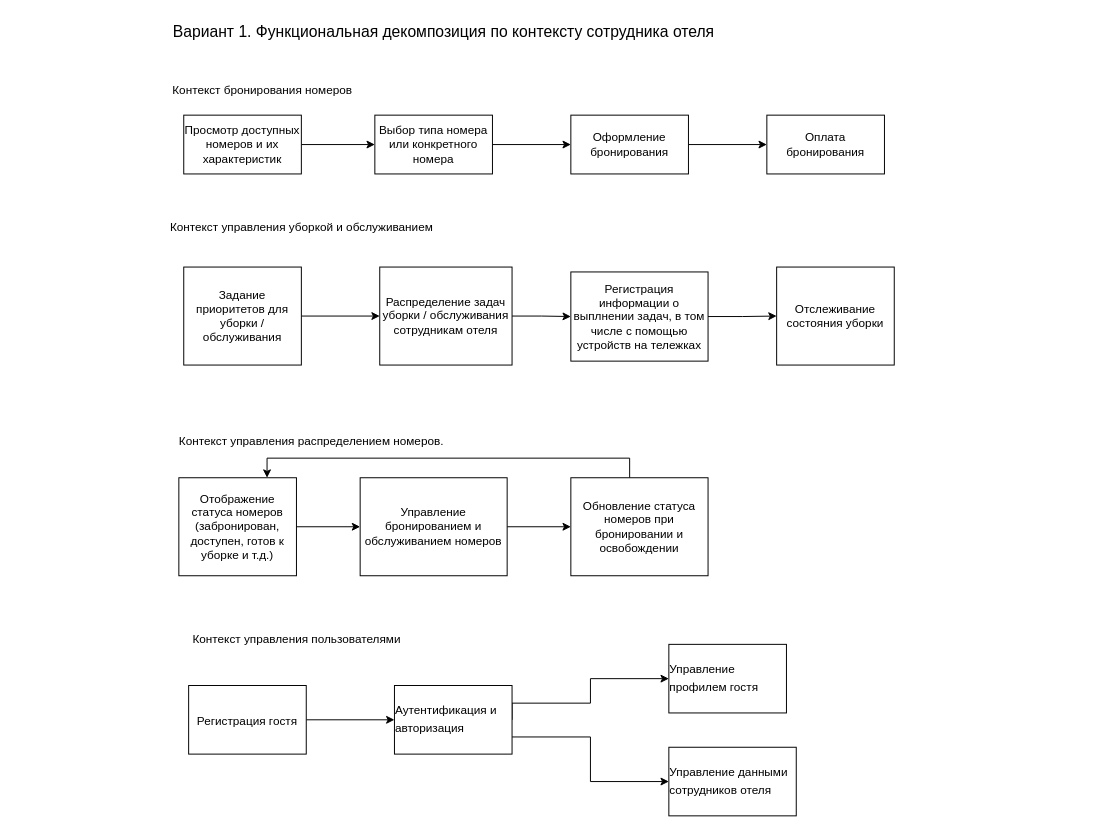
Above: 11_2 Functional decomposition Stuff.drawio in samsonovsa/OtusArhitectureHW1 (draw.io), before the change. Source tidied: cells renumbered, new cells numbered last; positions are measured from the earlier drawing's top-left corner, leaving out a move shared by most shapes. Both pictures are drawn from the tidied source at 98%, with x=0, y=0 at pixel (159, 17).
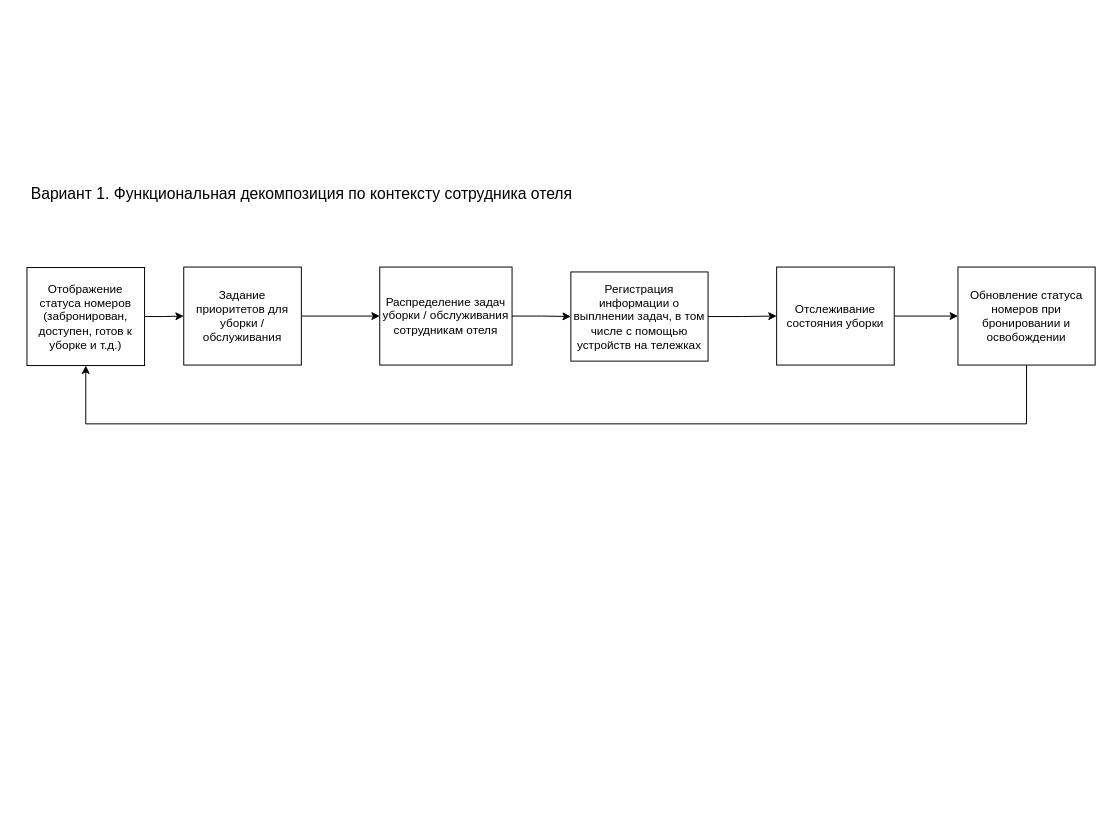
Above is the later version.

Unchanged cells that the change refers to:
```xml
<mxCell id="20" value="Задание приоритетов для уборки / обслуживания" style="whiteSpace=wrap;html=1;" parent="1" vertex="1">
  <mxGeometry x="25" y="255" width="120" height="100" as="geometry" />
</mxCell>
<mxCell id="25" value="Отслеживание состояния уборки" style="whiteSpace=wrap;html=1;" parent="1" vertex="1">
  <mxGeometry x="630" y="255" width="120" height="100" as="geometry" />
</mxCell>
```

The edit, as a diff of the source:
```diff
@@
-    <mxCell id="2" value="Контекст управления пользователями" style="text;html=1;align=center;verticalAlign=middle;strokeColor=none;fillColor=none;" parent="1" vertex="1">
-      <mxGeometry x="20" y="620" width="240" height="30" as="geometry" />
-    </mxCell>
-    <mxCell id="3" style="edgeStyle=orthogonalEdgeStyle;rounded=0;jettySize=auto;html=1;exitX=1;exitY=0.5;exitDx=0;exitDy=0;entryX=0;entryY=0.5;entryDx=0;entryDy=0;" parent="1" edge="1" source="4" target="7">
-      <mxGeometry relative="1" as="geometry" />
-    </mxCell>
-    <mxCell id="4" value="&lt;div style=&quot;text-align: left;&quot;&gt;Регистрация гостя&lt;font face=&quot;Söhne, ui-sans-serif, system-ui, -apple-system, Segoe UI, Roboto, Ubuntu, Cantarell, Noto Sans, sans-serif, Helvetica Neue, Arial, Apple Color Emoji, Segoe UI Emoji, Segoe UI Symbol, Noto Color Emoji&quot; color=&quot;#374151&quot;&gt;&lt;span style=&quot;font-size: 16px;&quot;&gt;&lt;br&gt;&lt;/span&gt;&lt;/font&gt;&lt;/div&gt;" style="whiteSpace=wrap;html=1;" parent="1" vertex="1">
-      <mxGeometry x="30" y="682" width="120" height="70" as="geometry" />
-    </mxCell>
-    <mxCell id="5" style="edgeStyle=orthogonalEdgeStyle;rounded=0;jettySize=auto;html=1;entryX=0;entryY=0.5;entryDx=0;entryDy=0;exitX=1;exitY=0.5;exitDx=0;exitDy=0;" parent="1" edge="1" source="7" target="8">
-      <mxGeometry relative="1" as="geometry">
-        <Array as="points">
-          <mxPoint x="360" y="700" />
-          <mxPoint x="440" y="700" />
-          <mxPoint x="440" y="675" />
-        </Array>
-      </mxGeometry>
-    </mxCell>
-    <mxCell id="6" style="edgeStyle=orthogonalEdgeStyle;rounded=0;jettySize=auto;html=1;exitX=1;exitY=0.75;exitDx=0;exitDy=0;entryX=0;entryY=0.5;entryDx=0;entryDy=0;" parent="1" edge="1" source="7" target="9">
-      <mxGeometry relative="1" as="geometry" />
-    </mxCell>
-    <mxCell id="7" value="&lt;div style=&quot;text-align: left;&quot;&gt;Аутентификация и авторизация&lt;font face=&quot;Söhne, ui-sans-serif, system-ui, -apple-system, Segoe UI, Roboto, Ubuntu, Cantarell, Noto Sans, sans-serif, Helvetica Neue, Arial, Apple Color Emoji, Segoe UI Emoji, Segoe UI Symbol, Noto Color Emoji&quot; color=&quot;#374151&quot;&gt;&lt;span style=&quot;font-size: 16px;&quot;&gt;&lt;br&gt;&lt;/span&gt;&lt;/font&gt;&lt;/div&gt;" style="whiteSpace=wrap;html=1;" parent="1" vertex="1">
-      <mxGeometry x="240" y="682" width="120" height="70" as="geometry" />
-    </mxCell>
-    <mxCell id="8" value="&lt;div style=&quot;text-align: left;&quot;&gt;Управление профилем гостя&lt;font face=&quot;Söhne, ui-sans-serif, system-ui, -apple-system, Segoe UI, Roboto, Ubuntu, Cantarell, Noto Sans, sans-serif, Helvetica Neue, Arial, Apple Color Emoji, Segoe UI Emoji, Segoe UI Symbol, Noto Color Emoji&quot; color=&quot;#374151&quot;&gt;&lt;span style=&quot;font-size: 16px;&quot;&gt;&lt;br&gt;&lt;/span&gt;&lt;/font&gt;&lt;/div&gt;" style="whiteSpace=wrap;html=1;" parent="1" vertex="1">
-      <mxGeometry x="520" y="640" width="120" height="70" as="geometry" />
-    </mxCell>
-    <mxCell id="9" value="&lt;div style=&quot;text-align: left;&quot;&gt;Управление данными сотрудников отеля&lt;font face=&quot;Söhne, ui-sans-serif, system-ui, -apple-system, Segoe UI, Roboto, Ubuntu, Cantarell, Noto Sans, sans-serif, Helvetica Neue, Arial, Apple Color Emoji, Segoe UI Emoji, Segoe UI Symbol, Noto Color Emoji&quot; color=&quot;#374151&quot;&gt;&lt;span style=&quot;font-size: 16px;&quot;&gt;&lt;br&gt;&lt;/span&gt;&lt;/font&gt;&lt;/div&gt;" style="whiteSpace=wrap;html=1;" parent="1" vertex="1">
-      <mxGeometry x="520" y="745" width="130" height="70" as="geometry" />
-    </mxCell>
-    <mxCell id="10" value="Контекст бронирования номеров" style="text;html=1;align=center;verticalAlign=middle;strokeColor=none;fillColor=none;" parent="1" vertex="1">
-      <mxGeometry y="60" width="210" height="30" as="geometry" />
-    </mxCell>
-    <mxCell id="11" style="edgeStyle=orthogonalEdgeStyle;rounded=0;jettySize=auto;html=1;entryX=0;entryY=0.5;entryDx=0;entryDy=0;" parent="1" edge="1" source="12" target="14">
-      <mxGeometry relative="1" as="geometry" />
-    </mxCell>
-    <mxCell id="12" value="Просмотр доступных номеров и их характеристик" style="whiteSpace=wrap;html=1;" parent="1" vertex="1">
-      <mxGeometry x="25" y="100" width="120" height="60" as="geometry" />
-    </mxCell>
-    <mxCell id="13" style="edgeStyle=orthogonalEdgeStyle;rounded=0;jettySize=auto;html=1;exitX=1;exitY=0.5;exitDx=0;exitDy=0;entryX=0;entryY=0.5;entryDx=0;entryDy=0;" parent="1" edge="1" source="14" target="16">
-      <mxGeometry relative="1" as="geometry" />
-    </mxCell>
-    <mxCell id="14" value="Выбор типа номера или конкретного номера" style="whiteSpace=wrap;html=1;" parent="1" vertex="1">
-      <mxGeometry x="220" y="100" width="120" height="60" as="geometry" />
-    </mxCell>
-    <mxCell id="15" style="edgeStyle=orthogonalEdgeStyle;rounded=0;jettySize=auto;html=1;" parent="1" edge="1" source="16" target="17">
-      <mxGeometry relative="1" as="geometry" />
-    </mxCell>
-    <mxCell id="16" value="Оформление бронирования" style="whiteSpace=wrap;html=1;" parent="1" vertex="1">
-      <mxGeometry x="420" y="100" width="120" height="60" as="geometry" />
-    </mxCell>
-    <mxCell id="17" value="Оплата бронирования" style="whiteSpace=wrap;html=1;" parent="1" vertex="1">
-      <mxGeometry x="620" y="100" width="120" height="60" as="geometry" />
-    </mxCell>
-    <mxCell id="18" value="Контекст управления уборкой и обслуживанием" style="text;html=1;align=center;verticalAlign=middle;strokeColor=none;fillColor=none;" parent="1" vertex="1">
-      <mxGeometry y="200" width="290" height="30" as="geometry" />
-    </mxCell>
@@
+    <mxCell id="34" style="edgeStyle=orthogonalEdgeStyle;rounded=0;jettySize=auto;html=1;" parent="1" edge="1" source="25" target="31">
+      <mxGeometry relative="1" as="geometry" />
+    </mxCell>
@@
     <mxCell id="26" value="Вариант 1. Функциональная декомпозиция по контексту сотрудника отеля" style="text;html=1;align=center;verticalAlign=middle;strokeColor=none;fillColor=none;fontSize=16;" parent="1" vertex="1">
-      <mxGeometry width="580" height="30" as="geometry" />
+      <mxGeometry x="-145" y="165" width="580" height="30" as="geometry" />
     </mxCell>
-    <mxCell id="27" value="Контекст управления распределением номеров." style="text;html=1;align=center;verticalAlign=middle;strokeColor=none;fillColor=none;" parent="1" vertex="1">
-      <mxGeometry x="10" y="418" width="290" height="30" as="geometry" />
-    </mxCell>
-    <mxCell id="28" style="edgeStyle=orthogonalEdgeStyle;rounded=0;jettySize=auto;html=1;exitX=1;exitY=0.5;exitDx=0;exitDy=0;entryX=0;entryY=0.5;entryDx=0;entryDy=0;" parent="1" edge="1" source="29" target="33">
-      <mxGeometry relative="1" as="geometry" />
-    </mxCell>
+    <mxCell id="35" style="edgeStyle=orthogonalEdgeStyle;rounded=0;jettySize=auto;html=1;" parent="1" edge="1" source="29" target="20">
+      <mxGeometry relative="1" as="geometry" />
+    </mxCell>
     <mxCell id="29" value="Отображение статуса номеров (забронирован, доступен, готов к уборке и т.д.)" style="whiteSpace=wrap;html=1;" parent="1" vertex="1">
-      <mxGeometry x="20" y="470" width="120" height="100" as="geometry" />
+      <mxGeometry x="-135" y="255.5" width="120" height="100" as="geometry" />
     </mxCell>
-    <mxCell id="30" style="edgeStyle=orthogonalEdgeStyle;rounded=0;jettySize=auto;html=1;entryX=0.75;entryY=0;entryDx=0;entryDy=0;" parent="1" edge="1" source="31" target="29">
+    <mxCell id="30" style="edgeStyle=orthogonalEdgeStyle;rounded=0;jettySize=auto;html=1;entryX=0.5;entryY=1;entryDx=0;entryDy=0;" parent="1" edge="1" source="31" target="29">
       <mxGeometry relative="1" as="geometry">
         <Array as="points">
-          <mxPoint x="480" y="450" />
-          <mxPoint x="110" y="450" />
+          <mxPoint x="885" y="415" />
+          <mxPoint x="-75" y="415" />
         </Array>
       </mxGeometry>
     </mxCell>
     <mxCell id="31" value="Обновление статуса номеров при бронировании и освобождении" style="whiteSpace=wrap;html=1;" parent="1" vertex="1">
-      <mxGeometry x="420" y="470" width="140" height="100" as="geometry" />
+      <mxGeometry x="815" y="255" width="140" height="100" as="geometry" />
     </mxCell>
-    <mxCell id="32" style="edgeStyle=orthogonalEdgeStyle;rounded=0;jettySize=auto;html=1;exitX=1;exitY=0.5;exitDx=0;exitDy=0;" parent="1" edge="1" source="33" target="31">
-      <mxGeometry relative="1" as="geometry" />
-    </mxCell>
-    <mxCell id="33" value="Управление бронированием и обслуживанием номеров" style="whiteSpace=wrap;html=1;" parent="1" vertex="1">
-      <mxGeometry x="205" y="470" width="150" height="100" as="geometry" />
-    </mxCell>
```
